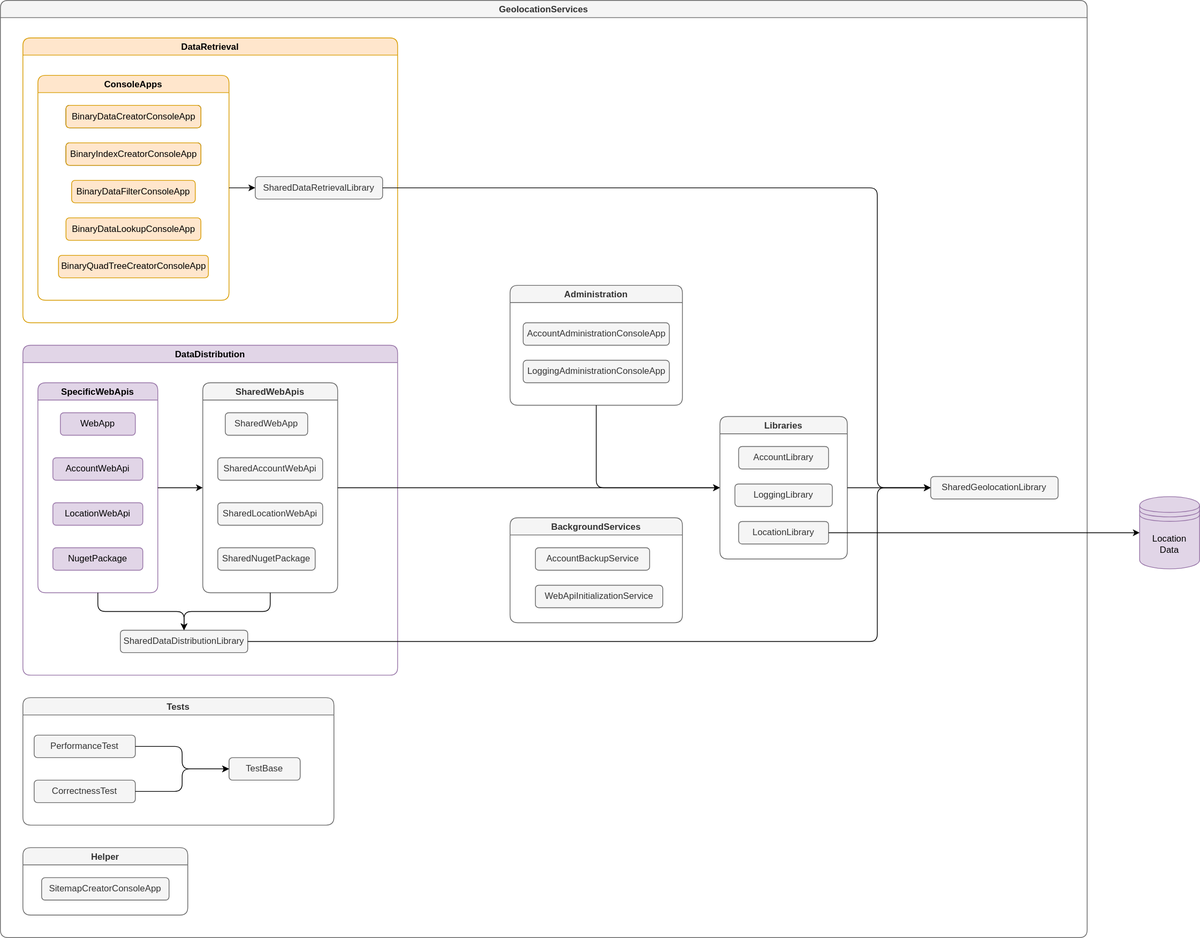
This is _images/architecture-component-diagram.drawio.svg from gartenkralle/geolocation-services-doc, a draw.io export, as it was before one commit. Source tidied: cells renumbered, new cells last; positions are measured from the earlier drawing's top-left corner, leaving out a move shared by most shapes.
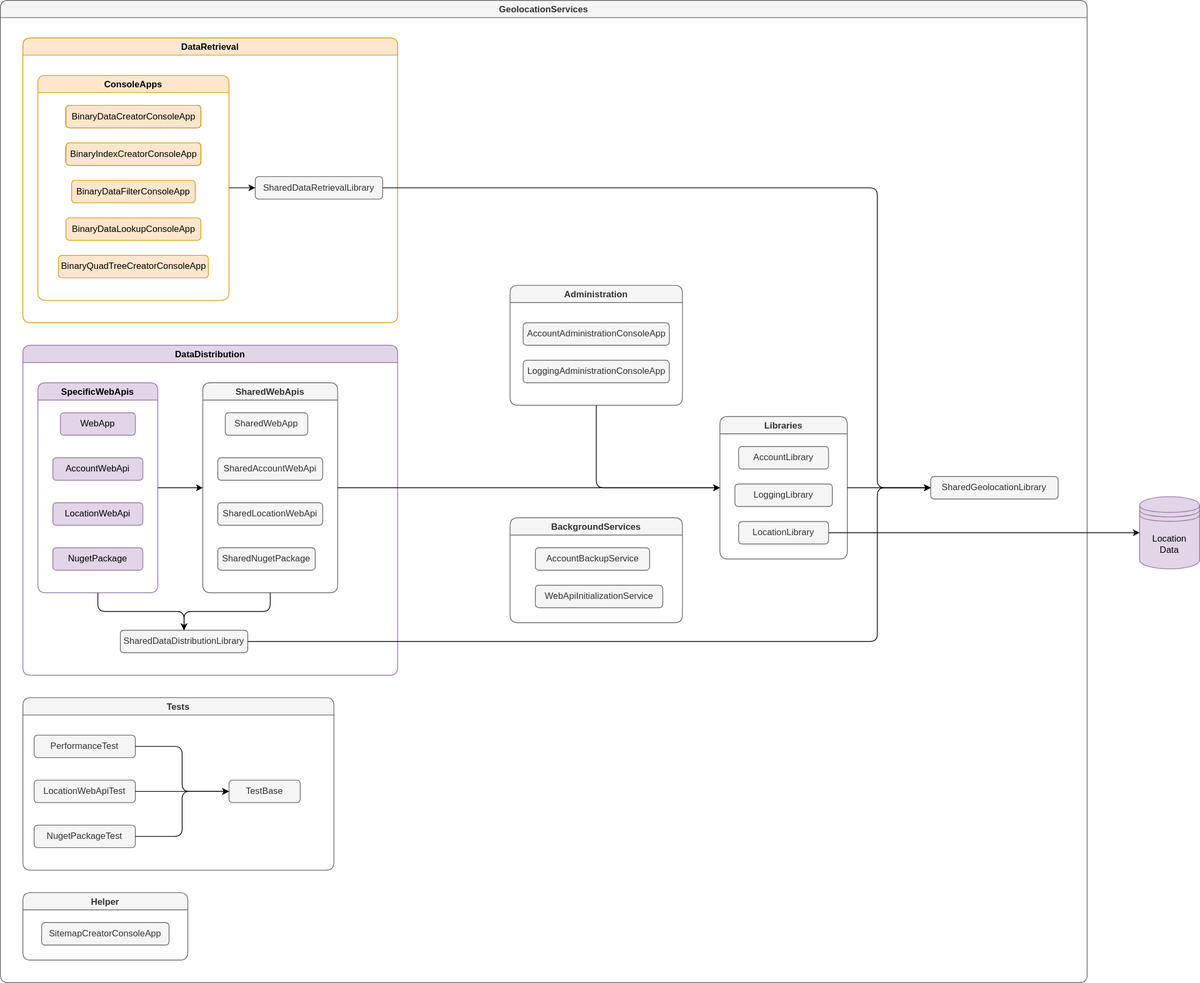
Later version of the same file.

The edit, as a diff of the source:
```diff
@@ -3,7 +3,7 @@
     <mxCell id="0" />
     <mxCell id="1" parent="0" />
     <mxCell id="2" value="GeolocationServices" style="swimlane;fillColor=#f5f5f5;strokeColor=#666666;shadow=0;flipH=0;flipV=0;rounded=1;swimlaneLine=1;fontColor=#333333;" parent="1" vertex="1">
-      <mxGeometry width="1450" height="1250" as="geometry" />
+      <mxGeometry width="1450" height="1310" as="geometry" />
     </mxCell>
     <mxCell id="3" value="DataRetrieval" style="swimlane;fillColor=#ffe6cc;strokeColor=#d79b00;rounded=1;swimlaneFillColor=none;" parent="2" vertex="1">
       <mxGeometry x="30" y="50" width="500" height="380" as="geometry" />
@@ -93,12 +93,12 @@
       <mxGeometry x="33.8" y="40" width="152.5" height="30" as="geometry" />
     </mxCell>
     <mxCell id="32" value="Tests" style="swimlane;fillColor=#f5f5f5;strokeColor=#666666;rounded=1;fontColor=#333333;" parent="2" vertex="1">
-      <mxGeometry x="30" y="930" width="415" height="170" as="geometry" />
+      <mxGeometry x="30" y="930" width="415" height="230" as="geometry" />
     </mxCell>
     <mxCell id="33" value="TestBase" style="whiteSpace=wrap;html=1;fillColor=#f5f5f5;strokeColor=#666666;rounded=1;fontColor=#333333;" parent="32" vertex="1">
-      <mxGeometry x="275" y="80" width="95" height="30" as="geometry" />
+      <mxGeometry x="275" y="110" width="95" height="30" as="geometry" />
     </mxCell>
-    <mxCell id="34" value="CorrectnessTest" style="whiteSpace=wrap;html=1;fillColor=#f5f5f5;strokeColor=#666666;rounded=1;fontColor=#333333;" parent="32" vertex="1">
+    <mxCell id="34" value="LocationWebApiTest" style="whiteSpace=wrap;html=1;fillColor=#f5f5f5;strokeColor=#666666;rounded=1;fontColor=#333333;" parent="32" vertex="1">
       <mxGeometry x="15" y="110" width="135" height="30" as="geometry" />
     </mxCell>
     <mxCell id="35" value="PerformanceTest" style="whiteSpace=wrap;html=1;fillColor=#f5f5f5;strokeColor=#666666;rounded=1;fontColor=#333333;" parent="32" vertex="1">
@@ -110,6 +110,12 @@
     <mxCell id="37" style="endArrow=classic;html=1;exitX=1;exitY=0.5;exitDx=0;exitDy=0;entryX=0;entryY=0.5;entryDx=0;entryDy=0;edgeStyle=orthogonalEdgeStyle;arcSize=20;fillColor=#d5e8d4;strokeColor=#000000;" parent="32" edge="1" source="34" target="33">
       <mxGeometry relative="1" as="geometry" />
     </mxCell>
+    <mxCell id="55" value="NugetPackageTest" style="whiteSpace=wrap;html=1;fillColor=#f5f5f5;strokeColor=#666666;rounded=1;fontColor=#333333;" parent="32" vertex="1">
+      <mxGeometry x="15" y="170" width="135" height="30" as="geometry" />
+    </mxCell>
+    <mxCell id="56" style="endArrow=classic;html=1;exitX=1;exitY=0.5;exitDx=0;exitDy=0;entryX=0;entryY=0.5;entryDx=0;entryDy=0;edgeStyle=orthogonalEdgeStyle;arcSize=20;fillColor=#d5e8d4;strokeColor=#000000;" parent="32" edge="1" source="55" target="33">
+      <mxGeometry relative="1" as="geometry" />
+    </mxCell>
     <mxCell id="38" value="SharedGeolocationLibrary" style="whiteSpace=wrap;html=1;fillColor=#f5f5f5;strokeColor=#666666;rounded=1;fontColor=#333333;" parent="2" vertex="1">
       <mxGeometry x="1241.2" y="635" width="170" height="30" as="geometry" />
     </mxCell>
@@ -166,7 +172,7 @@
       </mxGeometry>
     </mxCell>
     <mxCell id="50" value="Helper" style="swimlane;fillColor=#f5f5f5;strokeColor=#666666;rounded=1;fontColor=#333333;" parent="2" vertex="1">
-      <mxGeometry x="30" y="1130" width="220" height="90" as="geometry" />
+      <mxGeometry x="30" y="1190" width="220" height="90" as="geometry" />
     </mxCell>
     <mxCell id="51" value="SitemapCreatorConsoleApp" style="whiteSpace=wrap;html=1;fillColor=#f5f5f5;strokeColor=#666666;rounded=1;fontColor=#333333;" parent="50" vertex="1">
       <mxGeometry x="25" y="40" width="170" height="30" as="geometry" />
```
